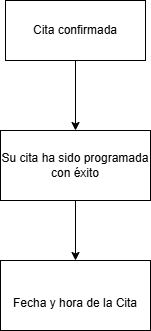
carranzamaravilla/Prototipo-de-Reservas-o-Turnos-Medicos-Cloud keeps this draw.io diagram as docs/analisis/docs/diagramas/wireframe-confirmacion.drawio.png. Above is the earlier version. Source tidied: cells renumbered, new cells last; positions are measured from the earlier drawing's top-left corner, leaving out a move shared by most shapes.
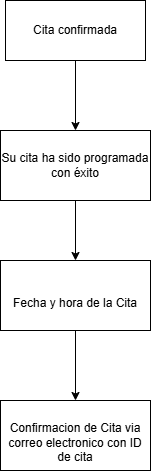
The same file after the commit.

Commit message:
Actualización de diagrama integrando ID de cita

What changed in the source:
```diff
@@ -14,8 +14,14 @@
     <mxCell id="5" value="&lt;div&gt;&lt;br&gt;&lt;/div&gt;&lt;div&gt;Su cita ha sido programada con éxito&lt;/div&gt;&lt;div&gt;&lt;br&gt;&lt;/div&gt;" style="rounded=0;whiteSpace=wrap;html=1;" parent="1" vertex="1">
       <mxGeometry y="130" width="150" height="70" as="geometry" />
     </mxCell>
+    <mxCell id="7" style="edgeStyle=orthogonalEdgeStyle;rounded=0;jettySize=auto;html=1;" parent="1" edge="1" source="6" target="8">
+      <mxGeometry relative="1" as="geometry" />
+    </mxCell>
     <mxCell id="6" value="&lt;div&gt;&lt;br&gt;&lt;/div&gt;&lt;div&gt;Fecha y hora de la Cita&lt;/div&gt;" style="rounded=0;whiteSpace=wrap;html=1;" parent="1" vertex="1">
       <mxGeometry y="260" width="150" height="70" as="geometry" />
     </mxCell>
+    <mxCell id="8" value="&lt;div&gt;&lt;br&gt;&lt;/div&gt;&lt;div&gt;Confirmacion de Cita via correo electronico con ID de cita&lt;/div&gt;" style="rounded=0;whiteSpace=wrap;html=1;" parent="1" vertex="1">
+      <mxGeometry y="400" width="150" height="70" as="geometry" />
+    </mxCell>
   </root>
 </mxGraphModel>
```
